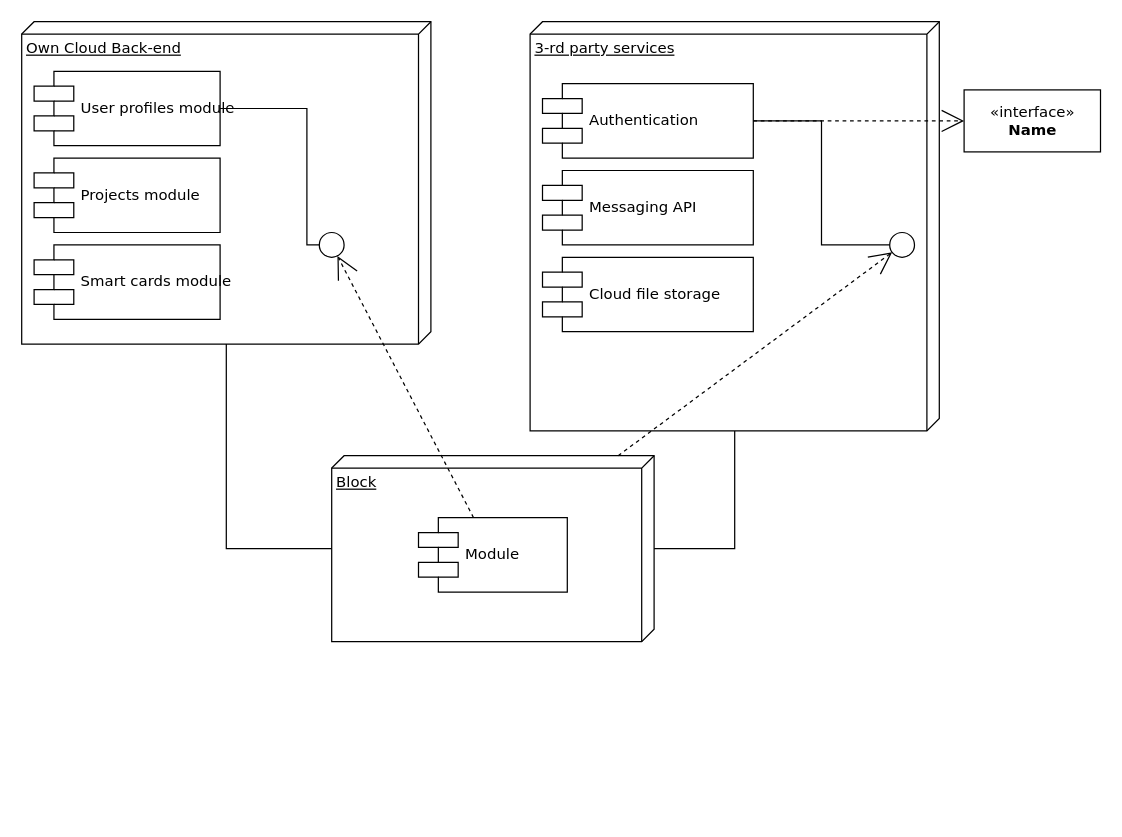
Earlier version of the draw.io diagram Untitled Diagram.drawio (gerkirill/diagrams). Source tidied: cells renumbered, new cells numbered last; positions are measured from the earlier drawing's top-left corner, leaving out a move shared by most shapes. Both pictures are drawn from the tidied source at 124%, with x=0, y=0 at pixel (21, 21).
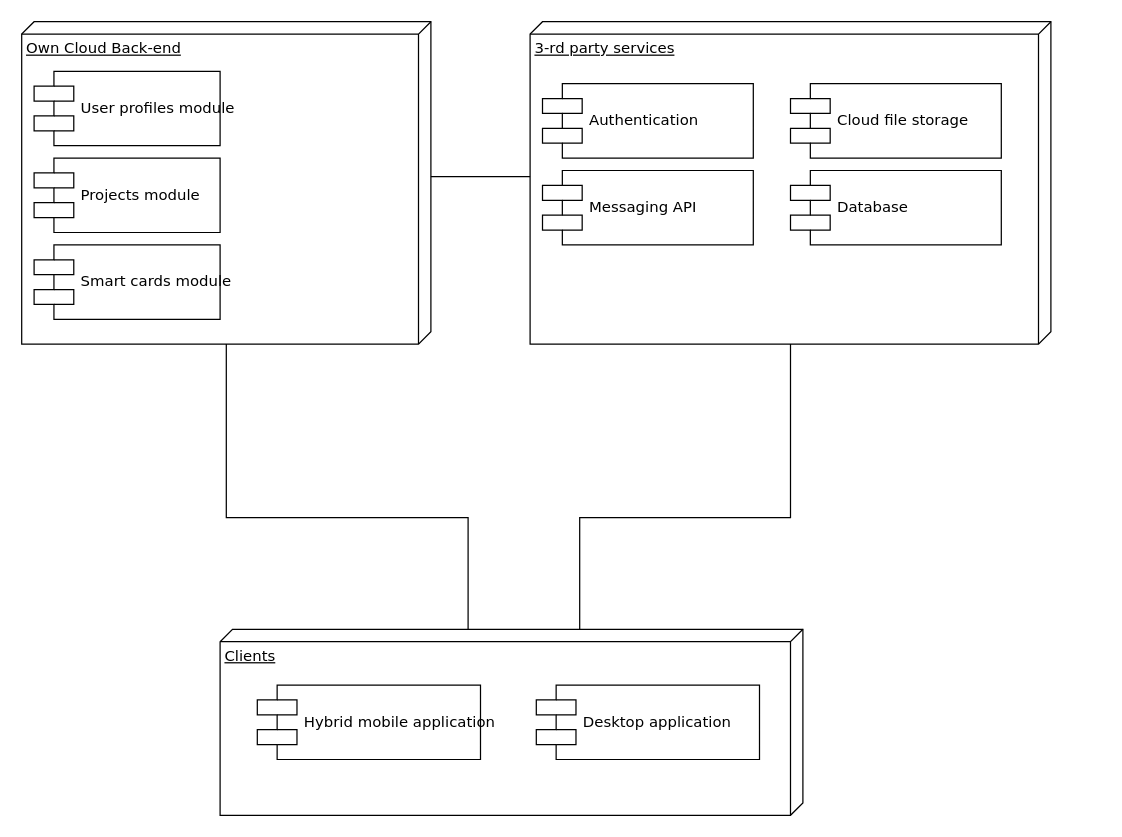
After the change.

The change refers to these unchanged cells:
```xml
<mxCell id="2" value="Own Cloud Back-end&lt;br&gt;" style="verticalAlign=top;align=left;spacingTop=8;spacingLeft=2;spacingRight=12;shape=cube;size=10;direction=south;fontStyle=4;html=1;rounded=0;shadow=0;comic=0;labelBackgroundColor=none;strokeWidth=1;fontFamily=Verdana;fontSize=12;" parent="1" vertex="1">
  <mxGeometry width="330" height="260" as="geometry" />
</mxCell>
<mxCell id="5" value="User profiles module" style="shape=component;align=left;spacingLeft=36;rounded=0;shadow=0;comic=0;labelBackgroundColor=none;strokeWidth=1;fontFamily=Verdana;fontSize=12;html=1;" parent="1" vertex="1">
  <mxGeometry x="10" y="40" width="150" height="60" as="geometry" />
</mxCell>
<mxCell id="7" value="Authentication" style="shape=component;align=left;spacingLeft=36;rounded=0;shadow=0;comic=0;labelBackgroundColor=none;strokeWidth=1;fontFamily=Verdana;fontSize=12;html=1;" parent="1" vertex="1">
  <mxGeometry x="420" y="50" width="170" height="60" as="geometry" />
</mxCell>
```

Diff of the diagram source:
```diff
@@
     <mxCell id="3" value="3-rd party services" style="verticalAlign=top;align=left;spacingTop=8;spacingLeft=2;spacingRight=12;shape=cube;size=10;direction=south;fontStyle=4;html=1;rounded=0;shadow=0;comic=0;labelBackgroundColor=none;strokeWidth=1;fontFamily=Verdana;fontSize=12;" parent="1" vertex="1">
-      <mxGeometry x="410" width="330" height="330" as="geometry" />
+      <mxGeometry x="410" width="420" height="260" as="geometry" />
     </mxCell>
-    <mxCell id="4" value="Block" style="verticalAlign=top;align=left;spacingTop=8;spacingLeft=2;spacingRight=12;shape=cube;size=10;direction=south;fontStyle=4;html=1;rounded=0;shadow=0;comic=0;labelBackgroundColor=none;strokeWidth=1;fontFamily=Verdana;fontSize=12;" parent="1" vertex="1">
-      <mxGeometry x="250" y="350" width="260" height="150" as="geometry" />
+    <mxCell id="4" value="Clients" style="verticalAlign=top;align=left;spacingTop=8;spacingLeft=2;spacingRight=12;shape=cube;size=10;direction=south;fontStyle=4;html=1;rounded=0;shadow=0;comic=0;labelBackgroundColor=none;strokeWidth=1;fontFamily=Verdana;fontSize=12;" parent="1" vertex="1">
+      <mxGeometry x="160" y="490" width="470" height="150" as="geometry" />
     </mxCell>
@@
-    <mxCell id="6" style="ellipse;whiteSpace=wrap;html=1;rounded=0;shadow=0;comic=0;labelBackgroundColor=none;strokeWidth=1;fontFamily=Verdana;fontSize=12;align=center;" parent="1" vertex="1">
-      <mxGeometry x="240" y="170" width="20" height="20" as="geometry" />
-    </mxCell>
@@
-    <mxCell id="8" value="&amp;laquo;interface&amp;raquo;&lt;br&gt;&lt;b&gt;Name&lt;/b&gt;" style="html=1;rounded=0;shadow=0;comic=0;labelBackgroundColor=none;strokeWidth=1;fontFamily=Verdana;fontSize=12;align=center;" parent="1" vertex="1">
-      <mxGeometry x="760" y="55" width="110" height="50" as="geometry" />
-    </mxCell>
-    <mxCell id="9" style="ellipse;whiteSpace=wrap;html=1;rounded=0;shadow=0;comic=0;labelBackgroundColor=none;strokeWidth=1;fontFamily=Verdana;fontSize=12;align=center;" parent="1" vertex="1">
-      <mxGeometry x="700" y="170" width="20" height="20" as="geometry" />
-    </mxCell>
-    <mxCell id="10" value="Module" style="shape=component;align=left;spacingLeft=36;rounded=0;shadow=0;comic=0;labelBackgroundColor=none;strokeWidth=1;fontFamily=Verdana;fontSize=12;html=1;" parent="1" vertex="1">
-      <mxGeometry x="320" y="400" width="120" height="60" as="geometry" />
-    </mxCell>
-    <mxCell id="11" style="edgeStyle=none;rounded=0;html=1;dashed=1;labelBackgroundColor=none;startArrow=none;startFill=0;startSize=8;endArrow=open;endFill=0;endSize=16;fontFamily=Verdana;fontSize=12;" parent="1" edge="1" source="10" target="6">
-      <mxGeometry relative="1" as="geometry" />
-    </mxCell>
-    <mxCell id="12" style="edgeStyle=none;rounded=0;html=1;dashed=1;labelBackgroundColor=none;startArrow=none;startFill=0;startSize=8;endArrow=open;endFill=0;endSize=16;fontFamily=Verdana;fontSize=12;" parent="1" edge="1" source="4" target="9">
-      <mxGeometry relative="1" as="geometry" />
-    </mxCell>
-    <mxCell id="13" style="edgeStyle=elbowEdgeStyle;rounded=0;html=1;labelBackgroundColor=none;startArrow=none;startFill=0;startSize=8;endArrow=none;endFill=0;endSize=16;fontFamily=Verdana;fontSize=12;" parent="1" edge="1" source="9" target="7">
-      <mxGeometry relative="1" as="geometry" />
-    </mxCell>
-    <mxCell id="14" style="edgeStyle=elbowEdgeStyle;rounded=0;html=1;labelBackgroundColor=none;startArrow=none;startFill=0;startSize=8;endArrow=none;endFill=0;endSize=16;fontFamily=Verdana;fontSize=12;" parent="1" edge="1" source="6" target="5">
-      <mxGeometry relative="1" as="geometry">
-        <Array as="points">
-          <mxPoint x="230" y="70" />
-        </Array>
-      </mxGeometry>
-    </mxCell>
-    <mxCell id="15" style="edgeStyle=orthogonalEdgeStyle;rounded=0;html=1;dashed=1;labelBackgroundColor=none;startArrow=none;startFill=0;startSize=8;endArrow=open;endFill=0;endSize=16;fontFamily=Verdana;fontSize=12;" parent="1" edge="1" source="7" target="8">
-      <mxGeometry relative="1" as="geometry" />
-    </mxCell>
     <mxCell id="16" style="edgeStyle=orthogonalEdgeStyle;rounded=0;html=1;labelBackgroundColor=none;startArrow=none;startFill=0;startSize=8;endArrow=none;endFill=0;endSize=16;fontFamily=Verdana;fontSize=12;" parent="1" edge="1" source="4" target="3">
       <mxGeometry relative="1" as="geometry">
         <Array as="points">
-          <mxPoint x="575" y="425" />
+          <mxPoint x="450" y="400" />
+          <mxPoint x="620" y="400" />
         </Array>
       </mxGeometry>
     </mxCell>
     <mxCell id="17" style="edgeStyle=orthogonalEdgeStyle;rounded=0;html=1;labelBackgroundColor=none;startArrow=none;startFill=0;startSize=8;endArrow=none;endFill=0;endSize=16;fontFamily=Verdana;fontSize=12;" parent="1" edge="1" source="4" target="2">
       <mxGeometry relative="1" as="geometry">
         <Array as="points">
-          <mxPoint x="165" y="425" />
+          <mxPoint x="360" y="400" />
+          <mxPoint x="165" y="400" />
         </Array>
       </mxGeometry>
     </mxCell>
@@
     <mxCell id="21" value="Cloud file storage" style="shape=component;align=left;spacingLeft=36;rounded=0;shadow=0;comic=0;labelBackgroundColor=none;strokeWidth=1;fontFamily=Verdana;fontSize=12;html=1;" parent="1" vertex="1">
-      <mxGeometry x="420" y="190" width="170" height="60" as="geometry" />
+      <mxGeometry x="620" y="50" width="170" height="60" as="geometry" />
     </mxCell>
+    <mxCell id="22" value="Database" style="shape=component;align=left;spacingLeft=36;rounded=0;shadow=0;comic=0;labelBackgroundColor=none;strokeWidth=1;fontFamily=Verdana;fontSize=12;html=1;" parent="1" vertex="1">
+      <mxGeometry x="620" y="120" width="170" height="60" as="geometry" />
+    </mxCell>
+    <mxCell id="23" style="edgeStyle=orthogonalEdgeStyle;rounded=0;html=1;labelBackgroundColor=none;startArrow=none;startFill=0;startSize=8;endArrow=none;endFill=0;endSize=16;fontFamily=Verdana;fontSize=12;exitX=0;exitY=0;exitDx=125;exitDy=0;exitPerimeter=0;" parent="1" edge="1" source="2">
+      <mxGeometry relative="1" as="geometry">
+        <mxPoint x="410" y="125" as="targetPoint" />
+        <Array as="points">
+          <mxPoint x="410" y="125" />
+        </Array>
+      </mxGeometry>
+    </mxCell>
+    <mxCell id="24" value="Hybrid mobile application" style="shape=component;align=left;spacingLeft=36;rounded=0;shadow=0;comic=0;labelBackgroundColor=none;strokeWidth=1;fontFamily=Verdana;fontSize=12;html=1;" parent="1" vertex="1">
+      <mxGeometry x="190" y="535" width="180" height="60" as="geometry" />
+    </mxCell>
+    <mxCell id="25" value="Desktop application" style="shape=component;align=left;spacingLeft=36;rounded=0;shadow=0;comic=0;labelBackgroundColor=none;strokeWidth=1;fontFamily=Verdana;fontSize=12;html=1;" parent="1" vertex="1">
+      <mxGeometry x="415" y="535" width="180" height="60" as="geometry" />
+    </mxCell>
```
